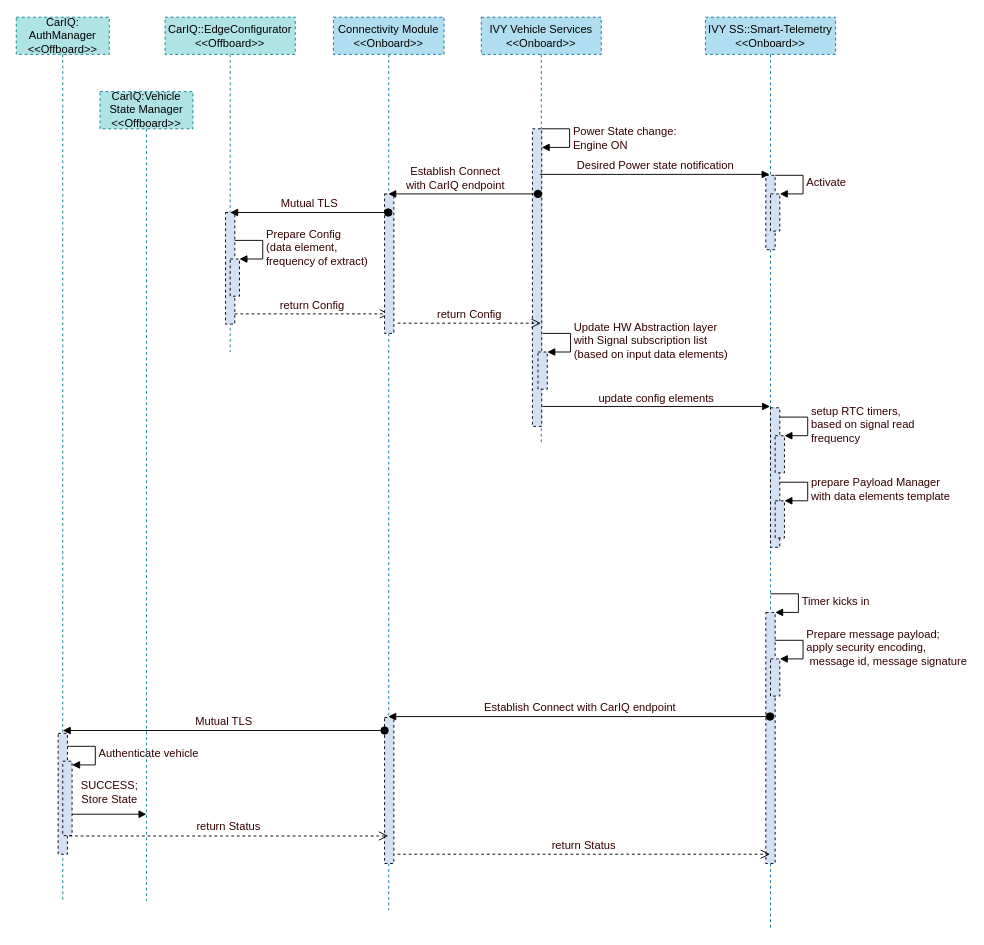
Above: page "Page-3" (3 of 3) of src/main/resources/CarIQ_IVY_Uase_Cases.drawio in subhachat/CodeKata (draw.io), before the change. Source tidied: cells renumbered, new cells numbered last; positions are measured from the earlier drawing's top-left corner, leaving out a move shared by most shapes. Both pictures are drawn from the tidied source at 93%, with x=0, y=0 at pixel (16, 17).
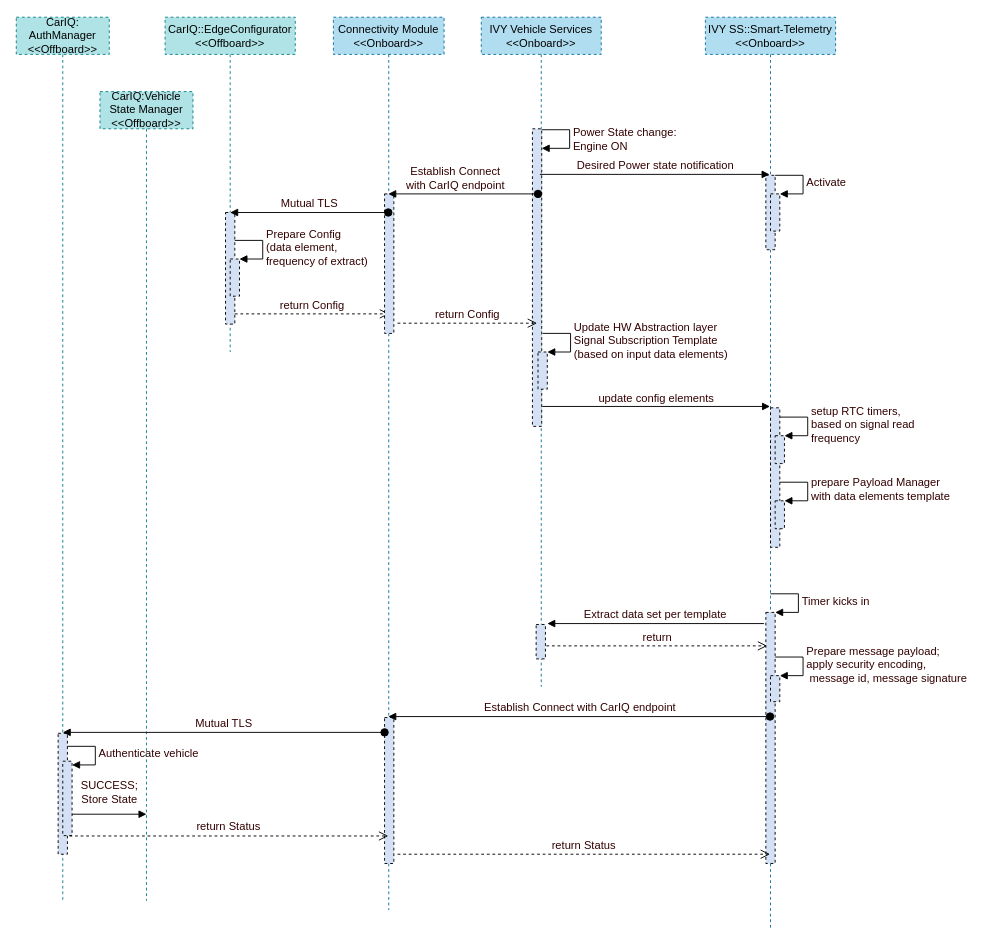
The same page after the edit.

The change refers to these unchanged cells:
```xml
<mxCell id="18" value="IVY SS::Smart-Telemetry&lt;br&gt;&amp;lt;&amp;lt;Onboard&amp;gt;&amp;gt;" style="shape=umlLifeline;perimeter=lifelinePerimeter;whiteSpace=wrap;html=1;outlineConnect=0;glass=0;dashed=1;fontSize=12;fillColor=#b1ddf0;strokeColor=#10739e;" parent="1" vertex="1">
  <mxGeometry x="741" width="140" height="980" as="geometry" />
</mxCell>
```

The edit, as a diff of the source:
```diff
@@
     <mxCell id="10" value="IVY Vehicle Services&lt;br&gt;&amp;lt;&amp;lt;Onboard&amp;gt;&amp;gt;" style="shape=umlLifeline;perimeter=lifelinePerimeter;whiteSpace=wrap;html=1;outlineConnect=0;glass=0;dashed=1;fontSize=12;fillColor=#b1ddf0;strokeColor=#10739e;" parent="1" vertex="1">
-      <mxGeometry x="500" width="129" height="460" as="geometry" />
+      <mxGeometry x="500" width="129" height="720" as="geometry" />
     </mxCell>
@@
     <mxCell id="12" value="Power State change: &lt;br&gt;Engine ON" style="edgeStyle=orthogonalEdgeStyle;html=1;align=left;spacingLeft=2;endArrow=block;rounded=0;fontSize=12;fontColor=#330000;" parent="10" edge="1">
       <mxGeometry relative="1" as="geometry">
-        <mxPoint x="65" y="120" as="sourcePoint" />
-        <mxPoint x="65" y="140" as="targetPoint" />
+        <mxPoint x="65" y="121" as="sourcePoint" />
+        <mxPoint x="65" y="141" as="targetPoint" />
         <Array as="points">
-          <mxPoint x="95" y="120" />
+          <mxPoint x="95" y="121" />
         </Array>
       </mxGeometry>
     </mxCell>
-    <mxCell id="13" value="return Config" style="html=1;verticalAlign=bottom;endArrow=open;dashed=1;endSize=8;rounded=0;fontSize=12;fontColor=#330000;" parent="10" edge="1" target="10">
+    <mxCell id="13" value="return Config" style="html=1;verticalAlign=bottom;endArrow=open;dashed=1;endSize=8;rounded=0;fontSize=12;fontColor=#330000;" parent="10" edge="1">
       <mxGeometry relative="1" as="geometry">
         <mxPoint x="-90" y="329" as="sourcePoint" />
+        <mxPoint x="60" y="329" as="targetPoint" />
       </mxGeometry>
     </mxCell>
@@
-    <mxCell id="15" value="Update HW Abstraction layer &lt;br&gt;with Signal subscription list &lt;br&gt;(based on input data elements)" style="edgeStyle=orthogonalEdgeStyle;html=1;align=left;spacingLeft=2;endArrow=block;rounded=0;entryX=1;entryY=0;fontSize=12;fontColor=#330000;" parent="10" edge="1">
+    <mxCell id="15" value="Update HW Abstraction layer &lt;br&gt;Signal Subscription Template&lt;br&gt;(based on input data elements)" style="edgeStyle=orthogonalEdgeStyle;html=1;align=left;spacingLeft=2;endArrow=block;rounded=0;entryX=1;entryY=0;fontSize=12;fontColor=#330000;" parent="10" edge="1">
       <mxGeometry relative="1" as="geometry">
         <mxPoint x="66" y="340" as="sourcePoint" />
         <mxPoint x="71" y="360" as="targetPoint" />
         <Array as="points">
           <mxPoint x="96" y="340" />
         </Array>
       </mxGeometry>
     </mxCell>
@@
+    <mxCell id="43" style="html=1;perimeter=orthogonalPerimeter;glass=0;dashed=1;fontSize=12;fontColor=#330000;fillColor=#D4E1F5;" parent="10" vertex="1">
+      <mxGeometry x="59" y="653" width="10" height="37" as="geometry" />
+    </mxCell>
+    <mxCell id="44" value="return" style="html=1;verticalAlign=bottom;endArrow=open;dashed=1;endSize=8;rounded=0;fontSize=12;fontColor=#330000;" parent="10" edge="1">
+      <mxGeometry relative="1" as="geometry">
+        <mxPoint x="70" y="676" as="sourcePoint" />
+        <mxPoint x="307.5" y="676" as="targetPoint" />
+      </mxGeometry>
+    </mxCell>
@@
     <mxCell id="23" style="html=1;points=[];perimeter=orthogonalPerimeter;glass=0;dashed=1;fontSize=12;fontColor=#330000;fillColor=#D4E1F5;" parent="18" vertex="1">
-      <mxGeometry x="75" y="450" width="10" height="40" as="geometry" />
+      <mxGeometry x="75" y="450" width="10" height="30" as="geometry" />
     </mxCell>
@@
     <mxCell id="25" style="html=1;points=[];perimeter=orthogonalPerimeter;glass=0;dashed=1;fontSize=12;fontColor=#330000;fillColor=#D4E1F5;" parent="18" vertex="1">
-      <mxGeometry x="75" y="520" width="10" height="40" as="geometry" />
+      <mxGeometry x="75" y="520" width="10" height="30" as="geometry" />
     </mxCell>
@@
     <mxCell id="29" style="html=1;points=[];perimeter=orthogonalPerimeter;glass=0;dashed=1;fontSize=12;fontColor=#330000;fillColor=#D4E1F5;" parent="18" vertex="1">
-      <mxGeometry x="70" y="690" width="10" height="40" as="geometry" />
+      <mxGeometry x="70" y="708" width="10" height="28" as="geometry" />
     </mxCell>
-    <mxCell id="30" value="Prepare message payload;&amp;nbsp;&lt;br&gt;apply security encoding,&lt;br&gt;&amp;nbsp;message id,&amp;nbsp;message signature" style="edgeStyle=orthogonalEdgeStyle;html=1;align=left;spacingLeft=2;endArrow=block;rounded=0;entryX=1;entryY=0;fontSize=12;fontColor=#330000;" parent="18" edge="1" target="29">
+    <mxCell id="30" value="Prepare message payload;&amp;nbsp;&lt;br&gt;apply security encoding,&lt;br&gt;&amp;nbsp;message id,&amp;nbsp;message signature" style="edgeStyle=orthogonalEdgeStyle;html=1;align=left;spacingLeft=2;endArrow=block;rounded=0;entryX=1;entryY=0;fontSize=12;fontColor=#330000;" parent="18" edge="1">
       <mxGeometry relative="1" as="geometry">
-        <mxPoint x="75" y="670" as="sourcePoint" />
+        <mxPoint x="75" y="688" as="sourcePoint" />
+        <mxPoint x="80" y="708" as="targetPoint" />
         <Array as="points">
-          <mxPoint x="105" y="670" />
+          <mxPoint x="105" y="688" />
         </Array>
       </mxGeometry>
     </mxCell>
@@
     <mxCell id="40" value="Mutual TLS" style="html=1;verticalAlign=bottom;startArrow=oval;startFill=1;endArrow=block;startSize=8;rounded=0;fontSize=12;fontColor=#330000;" parent="1" edge="1">
       <mxGeometry relative="1" as="geometry">
-        <mxPoint x="396" y="767" as="sourcePoint" />
-        <mxPoint x="50" y="767" as="targetPoint" />
+        <mxPoint x="396" y="769" as="sourcePoint" />
+        <mxPoint x="50" y="769" as="targetPoint" />
       </mxGeometry>
     </mxCell>
@@
+    <mxCell id="45" value="Extract data set per template" style="html=1;verticalAlign=bottom;endArrow=block;rounded=0;fontSize=12;fontColor=#330000;" parent="1" edge="1">
+      <mxGeometry relative="1" as="geometry">
+        <mxPoint x="804" y="652" as="sourcePoint" />
+        <mxPoint x="571" y="652" as="targetPoint" />
+      </mxGeometry>
+    </mxCell>
```
